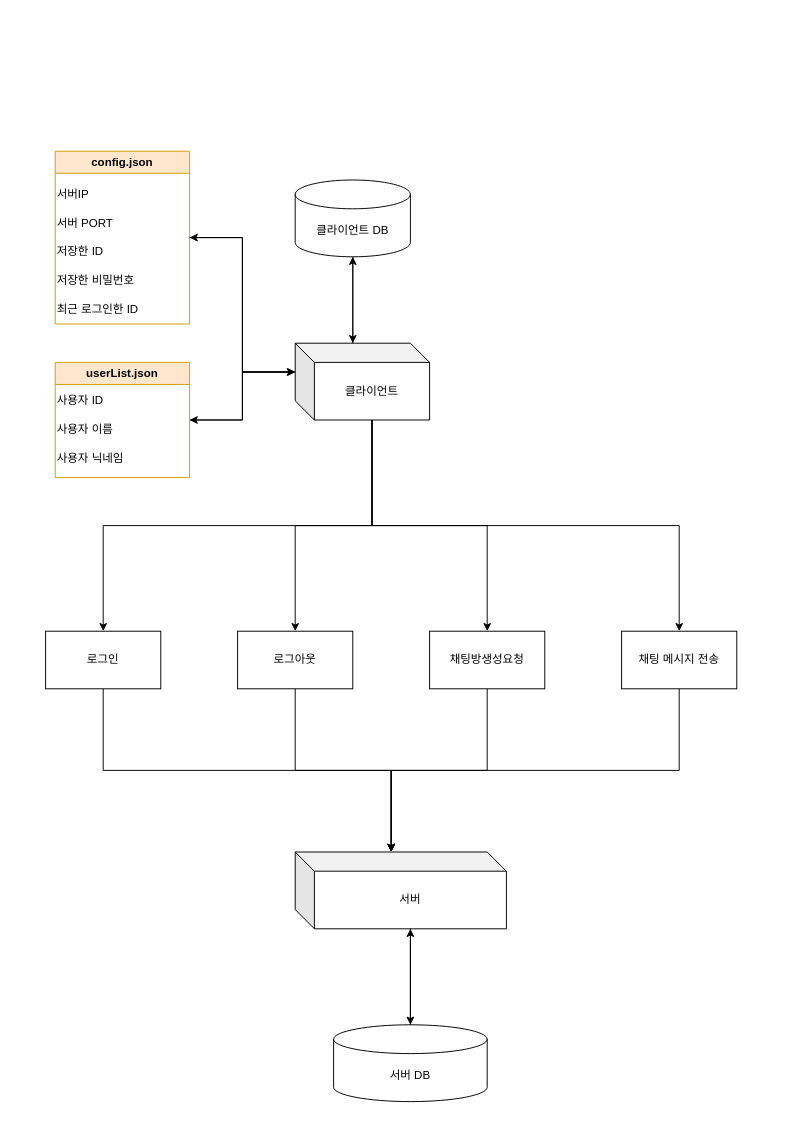
This is 채팅 시스템 아키텍처다이어그램.drawio from Hyunmin-Kwak-hub/neighbor21, a draw.io file, before an edit. Source tidied: cells renumbered, new cells numbered last; positions are measured from the earlier drawing's top-left corner, leaving out a move shared by most shapes. Both pictures are drawn from the tidied source at 96%, with x=0, y=0 at pixel (45, 151).
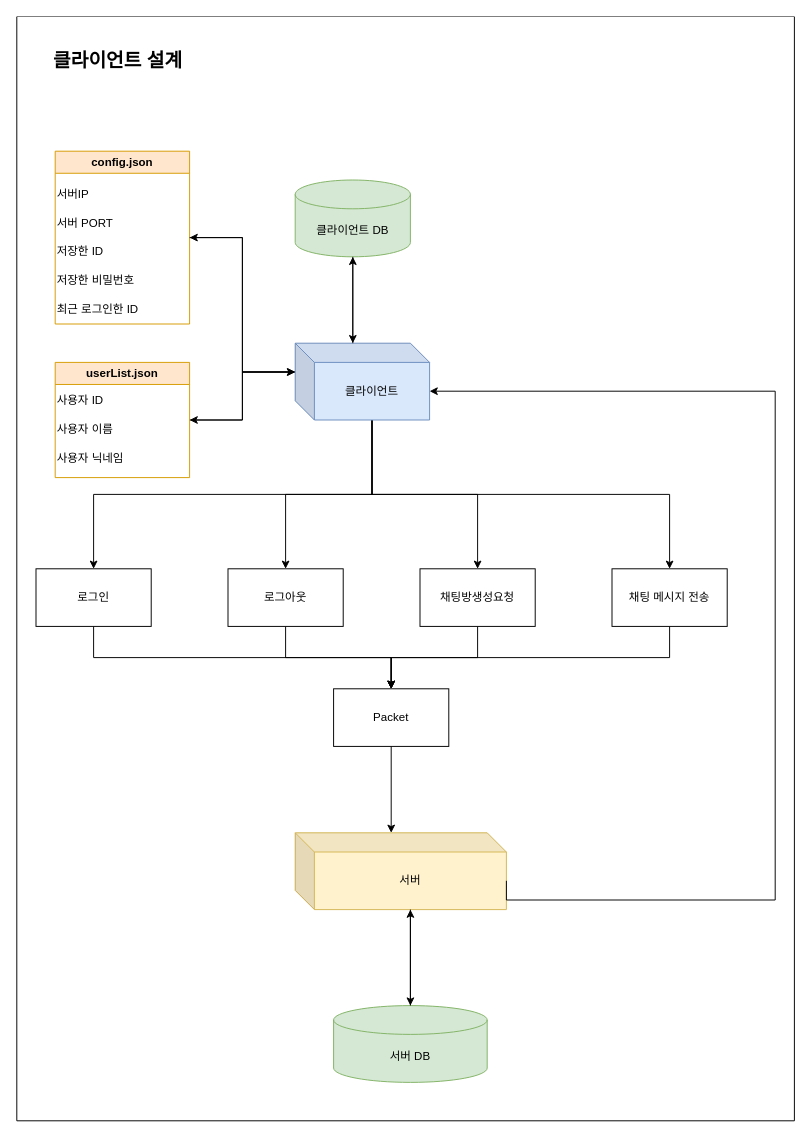
After the change.

Commit message (it also covers changes not shown here):
채팅 시스템 아키텍처다이어그램.drawio 업데이트

Diff of the diagram source:
```diff
@@
+    <mxCell id="36" style="swimlane;startSize=0;gradientColor=none;swimlaneFillColor=#ffffff;" parent="1" vertex="1">
+      <mxGeometry x="-30" y="-140" width="810" height="1150" as="geometry" />
+    </mxCell>
@@
-    <mxCell id="8" value="클라이언트" style="shape=cube;whiteSpace=wrap;html=1;boundedLbl=1;backgroundOutline=1;darkOpacity=0.05;darkOpacity2=0.1;" parent="1" vertex="1">
+    <mxCell id="8" value="클라이언트" style="shape=cube;whiteSpace=wrap;html=1;boundedLbl=1;backgroundOutline=1;darkOpacity=0.05;darkOpacity2=0.1;fillColor=#dae8fc;strokeColor=#6c8ebf;" parent="1" vertex="1">
       <mxGeometry x="260" y="200" width="140" height="80" as="geometry" />
     </mxCell>
-    <mxCell id="9" value="클라이언트 DB" style="shape=cylinder3;whiteSpace=wrap;html=1;boundedLbl=1;backgroundOutline=1;size=15;" parent="1" vertex="1">
+    <mxCell id="9" value="클라이언트 DB" style="shape=cylinder3;whiteSpace=wrap;html=1;boundedLbl=1;backgroundOutline=1;size=15;fillColor=#d5e8d4;strokeColor=#82b366;" parent="1" vertex="1">
       <mxGeometry x="260" y="30" width="120" height="80" as="geometry" />
     </mxCell>
-    <mxCell id="10" value="서버" style="shape=cube;whiteSpace=wrap;html=1;boundedLbl=1;backgroundOutline=1;darkOpacity=0.05;darkOpacity2=0.1;" parent="1" vertex="1">
-      <mxGeometry x="260" y="730" width="220" height="80" as="geometry" />
+    <mxCell id="10" value="서버" style="shape=cube;whiteSpace=wrap;html=1;boundedLbl=1;backgroundOutline=1;darkOpacity=0.05;darkOpacity2=0.1;fillColor=#fff2cc;strokeColor=#d6b656;" parent="1" vertex="1">
+      <mxGeometry x="260" y="710" width="220" height="80" as="geometry" />
     </mxCell>
-    <mxCell id="11" value="서버 DB" style="shape=cylinder3;whiteSpace=wrap;html=1;boundedLbl=1;backgroundOutline=1;size=15;" parent="1" vertex="1">
-      <mxGeometry x="300" y="910" width="160" height="80" as="geometry" />
+    <mxCell id="11" value="서버 DB" style="shape=cylinder3;whiteSpace=wrap;html=1;boundedLbl=1;backgroundOutline=1;size=15;fillColor=#d5e8d4;strokeColor=#82b366;" parent="1" vertex="1">
+      <mxGeometry x="300" y="890" width="160" height="80" as="geometry" />
     </mxCell>
@@
+    <mxCell id="37" style="edgeStyle=orthogonalEdgeStyle;rounded=0;jettySize=auto;html=1;exitX=0.5;exitY=1;exitDx=0;exitDy=0;entryX=0.5;entryY=0;entryDx=0;entryDy=0;" parent="1" edge="1" source="27" target="42">
+      <mxGeometry relative="1" as="geometry" />
+    </mxCell>
     <mxCell id="27" value="로그인" style="rounded=0;whiteSpace=wrap;html=1;" parent="1" vertex="1">
-      <mxGeometry y="500" width="120" height="60" as="geometry" />
+      <mxGeometry x="-10" y="435" width="120" height="60" as="geometry" />
     </mxCell>
-    <mxCell id="28" style="edgeStyle=orthogonalEdgeStyle;rounded=0;jettySize=auto;html=1;exitX=0.5;exitY=1;exitDx=0;exitDy=0;entryX=0;entryY=0;entryDx=100;entryDy=0;entryPerimeter=0;" parent="1" edge="1" source="29" target="10">
-      <mxGeometry relative="1" as="geometry" />
-    </mxCell>
+    <mxCell id="38" style="edgeStyle=orthogonalEdgeStyle;rounded=0;jettySize=auto;html=1;exitX=0.5;exitY=1;exitDx=0;exitDy=0;entryX=0.5;entryY=0;entryDx=0;entryDy=0;" parent="1" edge="1" source="29" target="42">
+      <mxGeometry relative="1" as="geometry" />
+    </mxCell>
     <mxCell id="29" value="로그아웃" style="rounded=0;whiteSpace=wrap;html=1;" parent="1" vertex="1">
-      <mxGeometry x="200" y="500" width="120" height="60" as="geometry" />
+      <mxGeometry x="190" y="435" width="120" height="60" as="geometry" />
     </mxCell>
+    <mxCell id="39" style="edgeStyle=orthogonalEdgeStyle;rounded=0;jettySize=auto;html=1;exitX=0.5;exitY=1;exitDx=0;exitDy=0;entryX=0.5;entryY=0;entryDx=0;entryDy=0;" parent="1" edge="1" source="30" target="42">
+      <mxGeometry relative="1" as="geometry" />
+    </mxCell>
     <mxCell id="30" value="채팅방생성요청" style="rounded=0;whiteSpace=wrap;html=1;" parent="1" vertex="1">
-      <mxGeometry x="400" y="500" width="120" height="60" as="geometry" />
+      <mxGeometry x="390" y="435" width="120" height="60" as="geometry" />
     </mxCell>
+    <mxCell id="40" style="edgeStyle=orthogonalEdgeStyle;rounded=0;jettySize=auto;html=1;exitX=0.5;exitY=1;exitDx=0;exitDy=0;entryX=0.5;entryY=0;entryDx=0;entryDy=0;" parent="1" edge="1" source="31" target="42">
+      <mxGeometry relative="1" as="geometry" />
+    </mxCell>
     <mxCell id="31" value="채팅 메시지 전송" style="rounded=0;whiteSpace=wrap;html=1;" parent="1" vertex="1">
-      <mxGeometry x="600" y="500" width="120" height="60" as="geometry" />
+      <mxGeometry x="590" y="435" width="120" height="60" as="geometry" />
     </mxCell>
-    <mxCell id="32" style="edgeStyle=orthogonalEdgeStyle;rounded=0;jettySize=auto;html=1;exitX=0.5;exitY=1;exitDx=0;exitDy=0;entryX=0;entryY=0;entryDx=100;entryDy=0;entryPerimeter=0;" parent="1" edge="1" source="27" target="10">
-      <mxGeometry relative="1" as="geometry" />
-    </mxCell>
-    <mxCell id="33" style="edgeStyle=orthogonalEdgeStyle;rounded=0;jettySize=auto;html=1;exitX=0.5;exitY=1;exitDx=0;exitDy=0;entryX=0;entryY=0;entryDx=100;entryDy=0;entryPerimeter=0;" parent="1" edge="1" source="30" target="10">
-      <mxGeometry relative="1" as="geometry" />
-    </mxCell>
-    <mxCell id="34" style="edgeStyle=orthogonalEdgeStyle;rounded=0;jettySize=auto;html=1;exitX=0.5;exitY=1;exitDx=0;exitDy=0;entryX=0;entryY=0;entryDx=100;entryDy=0;entryPerimeter=0;" parent="1" edge="1" source="31" target="10">
-      <mxGeometry relative="1" as="geometry" />
-    </mxCell>
@@
+    <mxCell id="41" style="edgeStyle=orthogonalEdgeStyle;rounded=0;jettySize=auto;html=1;exitX=0;exitY=0;exitDx=220;exitDy=50;exitPerimeter=0;entryX=0;entryY=0;entryDx=140;entryDy=50;entryPerimeter=0;" parent="1" edge="1" source="10" target="8">
+      <mxGeometry relative="1" as="geometry">
+        <Array as="points">
+          <mxPoint x="760" y="780" />
+          <mxPoint x="760" y="250" />
+        </Array>
+      </mxGeometry>
+    </mxCell>
+    <mxCell id="42" value="Packet" style="rounded=0;whiteSpace=wrap;html=1;" parent="1" vertex="1">
+      <mxGeometry x="300" y="560" width="120" height="60" as="geometry" />
+    </mxCell>
+    <mxCell id="43" style="edgeStyle=orthogonalEdgeStyle;rounded=0;jettySize=auto;html=1;exitX=0.5;exitY=1;exitDx=0;exitDy=0;entryX=0;entryY=0;entryDx=100;entryDy=0;entryPerimeter=0;" parent="1" edge="1" source="42" target="10">
+      <mxGeometry relative="1" as="geometry" />
+    </mxCell>
+    <mxCell id="44" value="클라이언트 설계" style="text;html=1;align=center;verticalAlign=middle;strokeColor=none;fillColor=none;fontStyle=1;fontSize=20;" parent="1" vertex="1">
+      <mxGeometry x="-10" y="-115" width="170" height="40" as="geometry" />
+    </mxCell>
```
